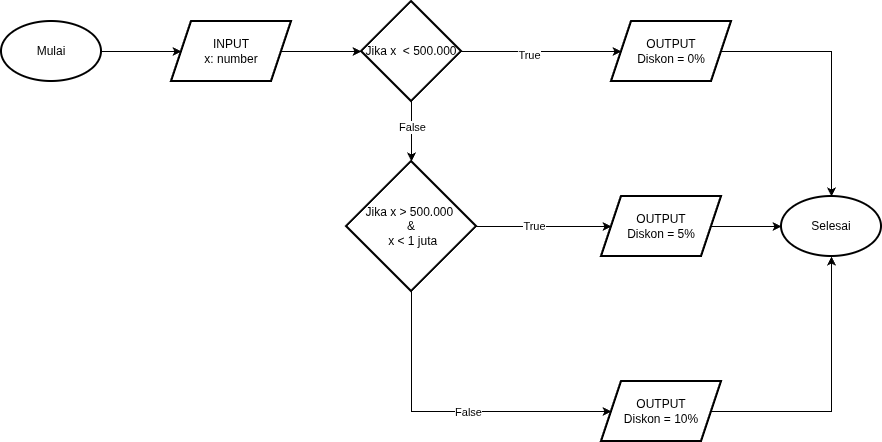
Above: Minitask algoritma 5.png in NugrahaPancaWibisana/koda-b5-algoritma-2 (draw.io), before the change. Source tidied: cells renumbered, new cells last; positions are measured from the earlier drawing's top-left corner, leaving out a move shared by most shapes.
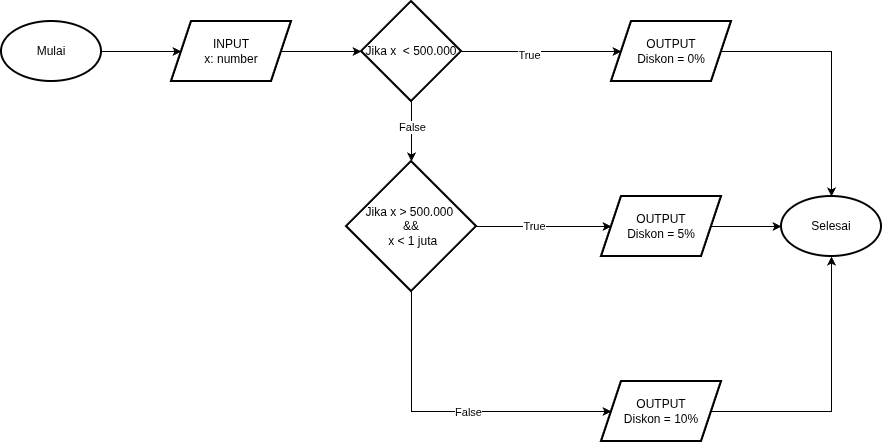
Above is the later version.

Commit message:
Minitask algoritma 5

Perhitungan diskon

What changed in the source:
```diff
@@ -17,15 +17,15 @@
     <mxCell id="6" style="edgeStyle=orthogonalEdgeStyle;rounded=0;jettySize=auto;html=1;" parent="1" edge="1" source="10" target="11">
       <mxGeometry relative="1" as="geometry" />
     </mxCell>
-    <mxCell id="7" value="True" style="edgeLabel;html=1;align=center;verticalAlign=middle;" parent="6" vertex="1">
-      <mxGeometry x="-0.16" y="-3" relative="1" as="geometry" />
-    </mxCell>
-    <mxCell id="8" style="edgeStyle=orthogonalEdgeStyle;rounded=0;jettySize=auto;html=1;" parent="1" edge="1" source="10" target="18">
-      <mxGeometry relative="1" as="geometry" />
-    </mxCell>
-    <mxCell id="9" value="False" style="edgeLabel;html=1;align=center;verticalAlign=middle;" parent="8" vertex="1">
-      <mxGeometry x="-0.17" relative="1" as="geometry" />
-    </mxCell>
+    <mxCell id="23" value="True" style="edgeLabel;html=1;align=center;verticalAlign=middle;" parent="6" vertex="1">
+      <mxGeometry x="-0.16" y="-3" relative="1" as="geometry" />
+    </mxCell>
+    <mxCell id="24" style="edgeStyle=orthogonalEdgeStyle;rounded=0;jettySize=auto;html=1;" parent="1" edge="1" source="10" target="30">
+      <mxGeometry relative="1" as="geometry" />
+    </mxCell>
+    <mxCell id="25" value="False" style="edgeLabel;html=1;align=center;verticalAlign=middle;" parent="24" vertex="1">
+      <mxGeometry x="-0.17" relative="1" as="geometry" />
+    </mxCell>
     <mxCell id="10" value="Jika x&amp;nbsp; &amp;lt; 500.000" style="strokeWidth=2;html=1;shape=mxgraph.flowchart.decision;whiteSpace=wrap;" parent="1" vertex="1">
       <mxGeometry x="360" width="100" height="100" as="geometry" />
     </mxCell>
@@ -38,25 +38,25 @@
     <mxCell id="13" value="OUTPUT&lt;div&gt;Diskon = 5%&lt;/div&gt;" style="shape=parallelogram;perimeter=parallelogramPerimeter;whiteSpace=wrap;html=1;fixedSize=1;strokeWidth=2;" parent="1" vertex="1">
       <mxGeometry x="600" y="195" width="120" height="60" as="geometry" />
     </mxCell>
-    <mxCell id="14" style="edgeStyle=orthogonalEdgeStyle;rounded=0;jettySize=auto;html=1;" parent="1" edge="1" source="18" target="13">
-      <mxGeometry relative="1" as="geometry" />
-    </mxCell>
-    <mxCell id="15" value="True" style="edgeLabel;html=1;align=center;verticalAlign=middle;" parent="14" vertex="1">
-      <mxGeometry x="-0.16" y="1" relative="1" as="geometry" />
-    </mxCell>
-    <mxCell id="16" style="edgeStyle=orthogonalEdgeStyle;rounded=0;jettySize=auto;html=1;entryX=0;entryY=0.5;entryDx=0;entryDy=0;" parent="1" edge="1" source="18" target="19">
-      <mxGeometry relative="1" as="geometry">
-        <Array as="points">
-          <mxPoint x="410" y="410" />
-        </Array>
-      </mxGeometry>
-    </mxCell>
-    <mxCell id="17" value="False" style="edgeLabel;html=1;align=center;verticalAlign=middle;" parent="16" vertex="1">
-      <mxGeometry x="0.1" relative="1" as="geometry" />
-    </mxCell>
-    <mxCell id="18" value="Jika x &amp;gt; 500.000&amp;nbsp;&lt;div&gt;&amp;amp;&lt;br&gt;&lt;div&gt;&lt;div&gt;&amp;nbsp;x &amp;lt; 1 juta&lt;/div&gt;&lt;/div&gt;&lt;/div&gt;" style="strokeWidth=2;html=1;shape=mxgraph.flowchart.decision;whiteSpace=wrap;" parent="1" vertex="1">
-      <mxGeometry x="345" y="160" width="130" height="130" as="geometry" />
-    </mxCell>
+    <mxCell id="26" style="edgeStyle=orthogonalEdgeStyle;rounded=0;jettySize=auto;html=1;" parent="1" edge="1" source="30" target="13">
+      <mxGeometry relative="1" as="geometry" />
+    </mxCell>
+    <mxCell id="27" value="True" style="edgeLabel;html=1;align=center;verticalAlign=middle;" parent="26" vertex="1">
+      <mxGeometry x="-0.16" y="1" relative="1" as="geometry" />
+    </mxCell>
+    <mxCell id="28" style="edgeStyle=orthogonalEdgeStyle;rounded=0;jettySize=auto;html=1;entryX=0;entryY=0.5;entryDx=0;entryDy=0;" parent="1" edge="1" source="30" target="19">
+      <mxGeometry relative="1" as="geometry">
+        <Array as="points">
+          <mxPoint x="410" y="410" />
+        </Array>
+      </mxGeometry>
+    </mxCell>
+    <mxCell id="29" value="False" style="edgeLabel;html=1;align=center;verticalAlign=middle;" parent="28" vertex="1">
+      <mxGeometry x="0.1" relative="1" as="geometry" />
+    </mxCell>
+    <mxCell id="30" value="Jika x &amp;gt; 500.000&amp;nbsp;&lt;div&gt;&amp;amp;&amp;amp;&lt;br&gt;&lt;div&gt;&lt;div&gt;&amp;nbsp;x &amp;lt; 1 juta&lt;/div&gt;&lt;/div&gt;&lt;/div&gt;" style="strokeWidth=2;html=1;shape=mxgraph.flowchart.decision;whiteSpace=wrap;" parent="1" vertex="1">
+      <mxGeometry x="345" y="160" width="130" height="130" as="geometry" />
+    </mxCell>
     <mxCell id="19" value="OUTPUT&lt;div&gt;Diskon = 10&lt;span style=&quot;background-color: transparent; color: light-dark(rgb(0, 0, 0), rgb(255, 255, 255));&quot;&gt;%&lt;/span&gt;&lt;/div&gt;" style="shape=parallelogram;perimeter=parallelogramPerimeter;whiteSpace=wrap;html=1;fixedSize=1;strokeWidth=2;" parent="1" vertex="1">
       <mxGeometry x="600" y="380" width="120" height="60" as="geometry" />
     </mxCell>
```
